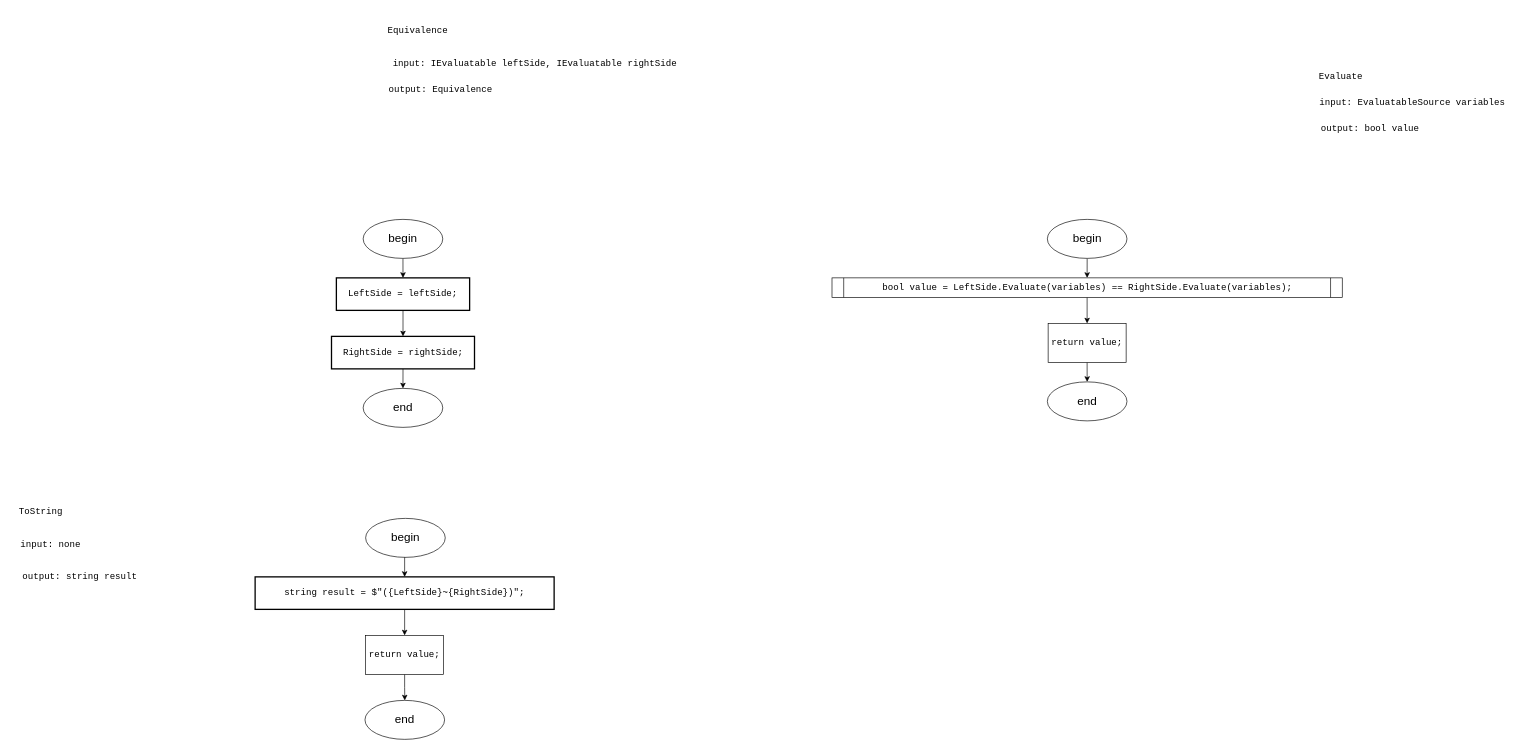
Before: Diagrams/equivalence.drawio in slavikovics/FictionalVariables, a draw.io diagram. Source tidied: cells renumbered, new cells numbered last; positions are measured from the earlier drawing's top-left corner, leaving out a move shared by most shapes. Both pictures are drawn from the tidied source at 65%, with x=0, y=0 at pixel (11, 11).
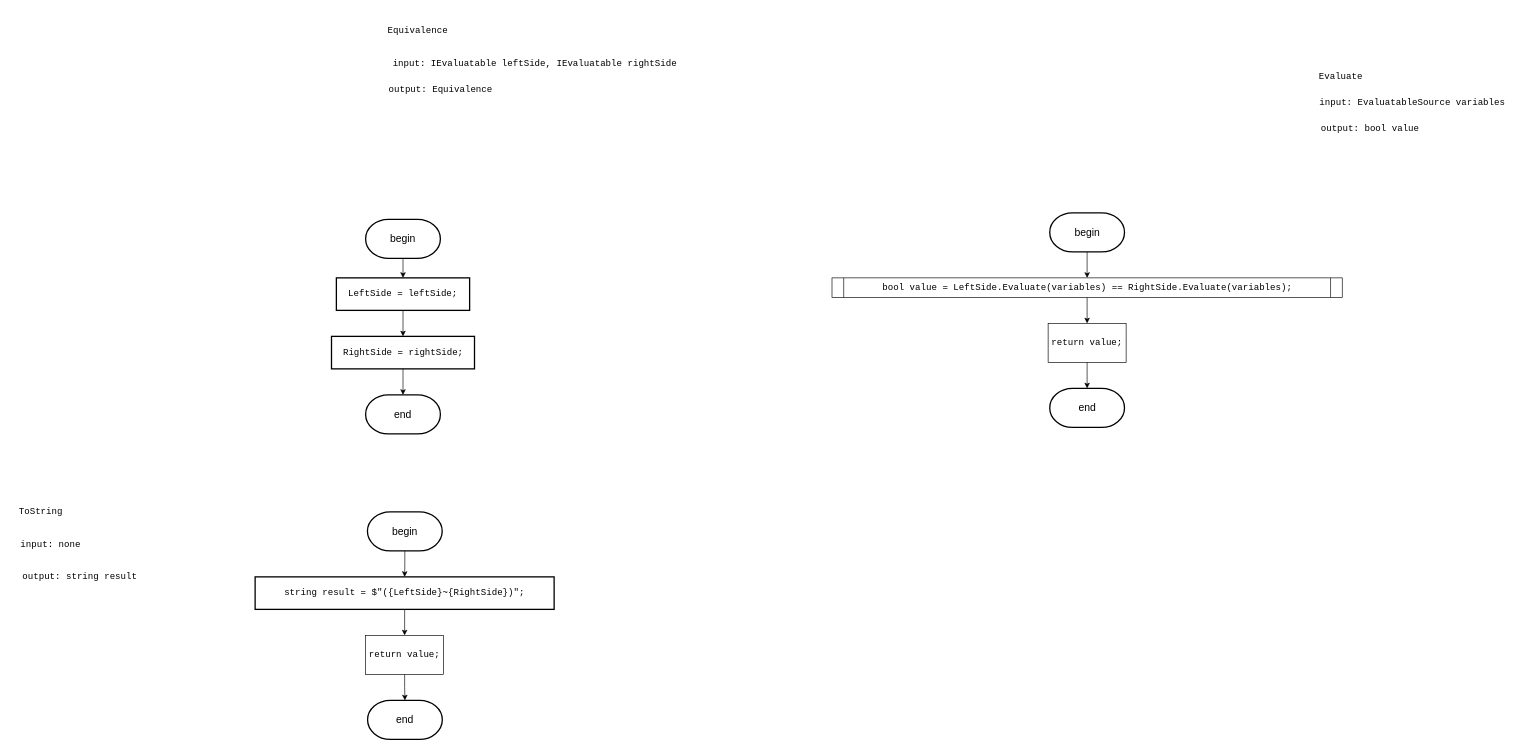
The same page after the edit.

The change refers to these unchanged cells:
```xml
<mxCell id="4" value="&lt;div style=&quot;&quot;&gt;&lt;pre style=&quot;font-family: &amp;quot;JetBrains Mono&amp;quot;, monospace;&quot;&gt;LeftSide = &lt;span style=&quot;&quot;&gt;leftSide&lt;/span&gt;;&lt;/pre&gt;&lt;/div&gt;" style="rounded=0;whiteSpace=wrap;html=1;absoluteArcSize=1;arcSize=14;strokeWidth=2;fontSize=14;fontColor=#000000;labelBackgroundColor=none;" parent="1" vertex="1">
  <mxGeometry x="500" y="410" width="205" height="50" as="geometry" />
</mxCell>
<mxCell id="6" value="&lt;div style=&quot;&quot;&gt;&lt;pre style=&quot;font-family: &amp;quot;JetBrains Mono&amp;quot;, monospace;&quot;&gt;&lt;div&gt;&lt;pre style=&quot;font-family: &amp;quot;JetBrains Mono&amp;quot;, monospace;&quot;&gt;RightSide = &lt;span style=&quot;&quot;&gt;rightSide&lt;/span&gt;;&lt;/pre&gt;&lt;/div&gt;&lt;/pre&gt;&lt;/div&gt;" style="rounded=0;whiteSpace=wrap;html=1;absoluteArcSize=1;arcSize=14;strokeWidth=2;fontSize=14;fontColor=#000000;labelBackgroundColor=none;" parent="1" vertex="1">
  <mxGeometry x="492.5" y="500" width="220" height="50" as="geometry" />
</mxCell>
<mxCell id="14" value="&lt;div style=&quot;&quot;&gt;&lt;pre style=&quot;font-family: &amp;quot;JetBrains Mono&amp;quot;, monospace;&quot;&gt;&lt;pre style=&quot;font-family: &amp;quot;JetBrains Mono&amp;quot;, monospace;&quot;&gt;&lt;pre style=&quot;font-family: &amp;quot;JetBrains Mono&amp;quot;, monospace;&quot;&gt;&lt;pre style=&quot;font-family: &amp;quot;JetBrains Mono&amp;quot;, monospace;&quot;&gt;&lt;div&gt;&lt;pre style=&quot;font-family: &amp;quot;JetBrains Mono&amp;quot;, monospace;&quot;&gt;&lt;span style=&quot;&quot;&gt;string &lt;/span&gt;&lt;span style=&quot;&quot;&gt;result &lt;/span&gt;= &lt;span style=&quot;&quot;&gt;$&quot;(&lt;/span&gt;{LeftSide}&lt;span style=&quot;&quot;&gt;~&lt;/span&gt;{RightSide}&lt;span style=&quot;&quot;&gt;)&quot;&lt;/span&gt;;&lt;/pre&gt;&lt;/div&gt;&lt;/pre&gt;&lt;/pre&gt;&lt;/pre&gt;&lt;/pre&gt;&lt;/div&gt;" style="rounded=0;whiteSpace=wrap;html=1;absoluteArcSize=1;arcSize=14;strokeWidth=2;fontSize=14;fontColor=#000000;labelBackgroundColor=none;" parent="1" vertex="1">
  <mxGeometry x="375" y="870" width="460" height="50" as="geometry" />
</mxCell>
<mxCell id="18" value="&lt;pre style=&quot;font-family: &amp;quot;JetBrains Mono&amp;quot;, monospace;&quot;&gt;&lt;span style=&quot;&quot;&gt;bool &lt;/span&gt;&lt;span style=&quot;&quot;&gt;value &lt;/span&gt;= LeftSide.&lt;span style=&quot;&quot;&gt;Evaluate&lt;/span&gt;(&lt;span style=&quot;&quot;&gt;variables&lt;/span&gt;) == RightSide.&lt;span style=&quot;&quot;&gt;Evaluate&lt;/span&gt;(&lt;span style=&quot;&quot;&gt;variables&lt;/span&gt;);&lt;/pre&gt;" style="shape=process;whiteSpace=wrap;html=1;backgroundOutline=1;size=0.022988505747126436;fontSize=14;fontColor=#000000;labelBackgroundColor=none;" parent="1" vertex="1">
  <mxGeometry x="1262.5" y="410" width="785" height="30" as="geometry" />
</mxCell>
<mxCell id="20" value="&lt;div style=&quot;&quot;&gt;&lt;pre style=&quot;font-family: &amp;quot;JetBrains Mono&amp;quot;, monospace;&quot;&gt;&lt;span style=&quot;&quot;&gt;return &lt;/span&gt;&lt;span style=&quot;&quot;&gt;value&lt;/span&gt;;&lt;/pre&gt;&lt;/div&gt;" style="rounded=0;whiteSpace=wrap;html=1;fontSize=14;fontColor=#000000;labelBackgroundColor=none;" parent="1" vertex="1">
  <mxGeometry x="1595" y="480" width="120" height="60" as="geometry" />
</mxCell>
<mxCell id="22" value="&lt;div style=&quot;&quot;&gt;&lt;pre style=&quot;font-family: &amp;quot;JetBrains Mono&amp;quot;, monospace;&quot;&gt;&lt;span style=&quot;&quot;&gt;return &lt;/span&gt;&lt;span style=&quot;&quot;&gt;&lt;font&gt;value&lt;/font&gt;&lt;/span&gt;&lt;font&gt;;&lt;/font&gt;&lt;/pre&gt;&lt;/div&gt;" style="rounded=0;whiteSpace=wrap;html=1;fontSize=14;fontColor=#000000;labelBackgroundColor=none;" parent="1" vertex="1">
  <mxGeometry x="545" y="960" width="120" height="60" as="geometry" />
</mxCell>
```

Change to the diagram source:
```diff
@@
-    <mxCell id="5" style="edgeStyle=orthogonalEdgeStyle;rounded=0;jettySize=auto;html=1;exitX=0.5;exitY=1;exitDx=0;exitDy=0;entryX=0.5;entryY=0;entryDx=0;entryDy=0;" parent="1" edge="1" source="6" target="25">
-      <mxGeometry relative="1" as="geometry" />
-    </mxCell>
@@
-    <mxCell id="19" style="edgeStyle=orthogonalEdgeStyle;rounded=0;jettySize=auto;html=1;exitX=0.5;exitY=1;exitDx=0;exitDy=0;entryX=0.5;entryY=0;entryDx=0;entryDy=0;" parent="1" edge="1" source="20" target="31">
-      <mxGeometry relative="1" as="geometry" />
-    </mxCell>
@@
-    <mxCell id="21" style="edgeStyle=orthogonalEdgeStyle;rounded=0;jettySize=auto;html=1;exitX=0.5;exitY=1;exitDx=0;exitDy=0;" parent="1" edge="1" source="22" target="28">
-      <mxGeometry relative="1" as="geometry" />
-    </mxCell>
@@
-    <mxCell id="23" style="edgeStyle=orthogonalEdgeStyle;rounded=0;jettySize=auto;html=1;exitX=0.5;exitY=1;exitDx=0;exitDy=0;entryX=0.5;entryY=0;entryDx=0;entryDy=0;" parent="1" edge="1" source="24" target="4">
-      <mxGeometry relative="1" as="geometry" />
-    </mxCell>
-    <mxCell id="24" value="&lt;font style=&quot;font-size: 18px;&quot;&gt;begin&lt;/font&gt;" style="ellipse;whiteSpace=wrap;html=1;" parent="1" vertex="1">
-      <mxGeometry x="541.2" y="320" width="122.5" height="60" as="geometry" />
-    </mxCell>
-    <mxCell id="25" value="&lt;font style=&quot;font-size: 18px;&quot;&gt;end&lt;/font&gt;" style="ellipse;whiteSpace=wrap;html=1;" parent="1" vertex="1">
-      <mxGeometry x="541.2" y="580" width="122.5" height="60" as="geometry" />
-    </mxCell>
-    <mxCell id="26" style="edgeStyle=orthogonalEdgeStyle;rounded=0;jettySize=auto;html=1;exitX=0.5;exitY=1;exitDx=0;exitDy=0;entryX=0.5;entryY=0;entryDx=0;entryDy=0;" parent="1" edge="1" source="27" target="14">
-      <mxGeometry relative="1" as="geometry" />
-    </mxCell>
-    <mxCell id="27" value="&lt;font style=&quot;font-size: 18px;&quot;&gt;begin&lt;/font&gt;" style="ellipse;whiteSpace=wrap;html=1;" parent="1" vertex="1">
-      <mxGeometry x="545" y="780" width="122.5" height="60" as="geometry" />
-    </mxCell>
-    <mxCell id="28" value="&lt;font style=&quot;font-size: 18px;&quot;&gt;end&lt;/font&gt;" style="ellipse;whiteSpace=wrap;html=1;" parent="1" vertex="1">
-      <mxGeometry x="544" y="1060" width="122.5" height="60" as="geometry" />
-    </mxCell>
-    <mxCell id="29" style="edgeStyle=orthogonalEdgeStyle;rounded=0;jettySize=auto;html=1;exitX=0.5;exitY=1;exitDx=0;exitDy=0;entryX=0.5;entryY=0;entryDx=0;entryDy=0;" parent="1" edge="1" source="30" target="18">
-      <mxGeometry relative="1" as="geometry" />
-    </mxCell>
-    <mxCell id="30" value="&lt;font style=&quot;font-size: 18px;&quot;&gt;begin&lt;/font&gt;" style="ellipse;whiteSpace=wrap;html=1;" parent="1" vertex="1">
-      <mxGeometry x="1593.8" y="320" width="122.5" height="60" as="geometry" />
-    </mxCell>
-    <mxCell id="31" value="&lt;font style=&quot;font-size: 18px;&quot;&gt;end&lt;/font&gt;" style="ellipse;whiteSpace=wrap;html=1;" parent="1" vertex="1">
-      <mxGeometry x="1593.8" y="570" width="122.5" height="60" as="geometry" />
-    </mxCell>
+    <mxCell id="32" style="edgeStyle=orthogonalEdgeStyle;rounded=0;jettySize=auto;html=1;exitX=0.5;exitY=1;exitDx=0;exitDy=0;exitPerimeter=0;entryX=0.5;entryY=0;entryDx=0;entryDy=0;" parent="1" edge="1" source="33" target="4">
+      <mxGeometry relative="1" as="geometry" />
+    </mxCell>
+    <mxCell id="33" value="&lt;font style=&quot;font-size: 16px;&quot;&gt;begin&lt;/font&gt;" style="strokeWidth=2;html=1;shape=mxgraph.flowchart.terminator;whiteSpace=wrap;" parent="1" vertex="1">
+      <mxGeometry x="545" y="320" width="115" height="60" as="geometry" />
+    </mxCell>
+    <mxCell id="34" value="&lt;font style=&quot;font-size: 16px;&quot;&gt;end&lt;/font&gt;" style="strokeWidth=2;html=1;shape=mxgraph.flowchart.terminator;whiteSpace=wrap;" parent="1" vertex="1">
+      <mxGeometry x="545" y="590" width="115" height="60" as="geometry" />
+    </mxCell>
+    <mxCell id="35" style="edgeStyle=orthogonalEdgeStyle;rounded=0;jettySize=auto;html=1;exitX=0.5;exitY=1;exitDx=0;exitDy=0;entryX=0.5;entryY=0;entryDx=0;entryDy=0;entryPerimeter=0;" parent="1" edge="1" source="6" target="34">
+      <mxGeometry relative="1" as="geometry" />
+    </mxCell>
+    <mxCell id="36" style="edgeStyle=orthogonalEdgeStyle;rounded=0;jettySize=auto;html=1;exitX=0.5;exitY=1;exitDx=0;exitDy=0;exitPerimeter=0;entryX=0.5;entryY=0;entryDx=0;entryDy=0;" parent="1" edge="1" source="37" target="14">
+      <mxGeometry relative="1" as="geometry" />
+    </mxCell>
+    <mxCell id="37" value="&lt;font style=&quot;font-size: 16px;&quot;&gt;begin&lt;/font&gt;" style="strokeWidth=2;html=1;shape=mxgraph.flowchart.terminator;whiteSpace=wrap;" parent="1" vertex="1">
+      <mxGeometry x="547.8" y="770" width="115" height="60" as="geometry" />
+    </mxCell>
+    <mxCell id="38" value="&lt;font style=&quot;font-size: 16px;&quot;&gt;end&lt;/font&gt;" style="strokeWidth=2;html=1;shape=mxgraph.flowchart.terminator;whiteSpace=wrap;" parent="1" vertex="1">
+      <mxGeometry x="548" y="1060" width="115" height="60" as="geometry" />
+    </mxCell>
+    <mxCell id="39" style="edgeStyle=orthogonalEdgeStyle;rounded=0;jettySize=auto;html=1;exitX=0.5;exitY=1;exitDx=0;exitDy=0;entryX=0.5;entryY=0;entryDx=0;entryDy=0;entryPerimeter=0;" parent="1" edge="1" source="22" target="38">
+      <mxGeometry relative="1" as="geometry" />
+    </mxCell>
+    <mxCell id="40" style="edgeStyle=orthogonalEdgeStyle;rounded=0;jettySize=auto;html=1;exitX=0.5;exitY=1;exitDx=0;exitDy=0;exitPerimeter=0;entryX=0.5;entryY=0;entryDx=0;entryDy=0;" parent="1" edge="1" source="41" target="18">
+      <mxGeometry relative="1" as="geometry" />
+    </mxCell>
+    <mxCell id="41" value="&lt;font style=&quot;font-size: 16px;&quot;&gt;begin&lt;/font&gt;" style="strokeWidth=2;html=1;shape=mxgraph.flowchart.terminator;whiteSpace=wrap;" parent="1" vertex="1">
+      <mxGeometry x="1597.5" y="310" width="115" height="60" as="geometry" />
+    </mxCell>
+    <mxCell id="42" value="&lt;font style=&quot;font-size: 16px;&quot;&gt;end&lt;/font&gt;" style="strokeWidth=2;html=1;shape=mxgraph.flowchart.terminator;whiteSpace=wrap;" parent="1" vertex="1">
+      <mxGeometry x="1597.5" y="580" width="115" height="60" as="geometry" />
+    </mxCell>
+    <mxCell id="43" style="edgeStyle=orthogonalEdgeStyle;rounded=0;jettySize=auto;html=1;exitX=0.5;exitY=1;exitDx=0;exitDy=0;entryX=0.5;entryY=0;entryDx=0;entryDy=0;entryPerimeter=0;" parent="1" edge="1" source="20" target="42">
+      <mxGeometry relative="1" as="geometry" />
+    </mxCell>
```
